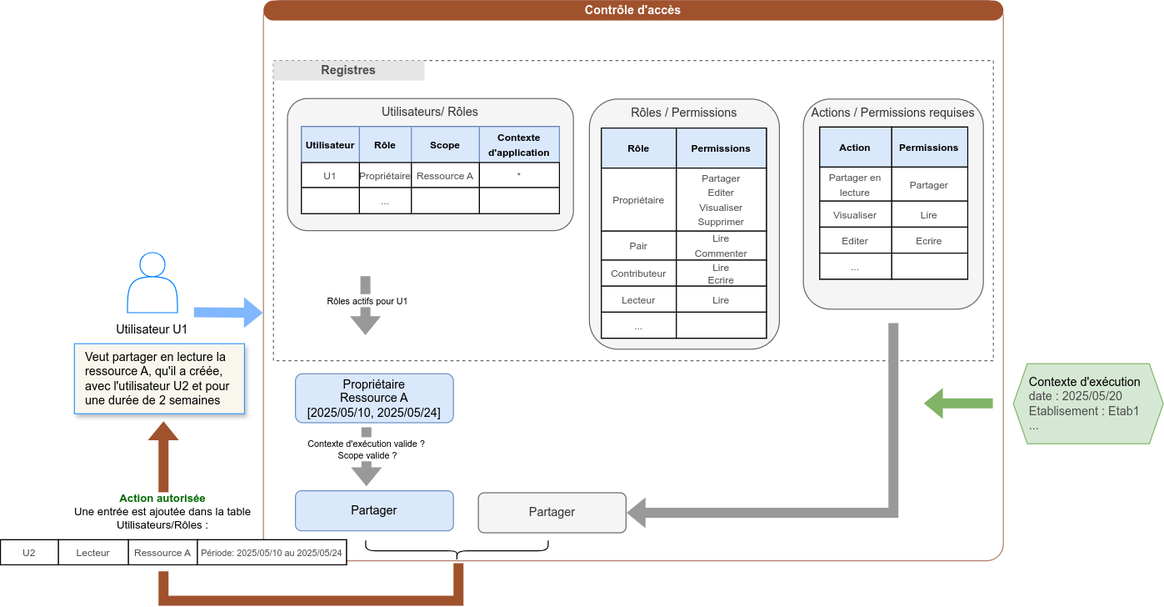
The draw.io diagram assets/images/architecture-security-rbac-ex.png in avenirs-esr/dev-doc, before a commit. Source tidied: cells renumbered, new cells last; positions are measured from the earlier drawing's top-left corner, leaving out a move shared by most shapes.
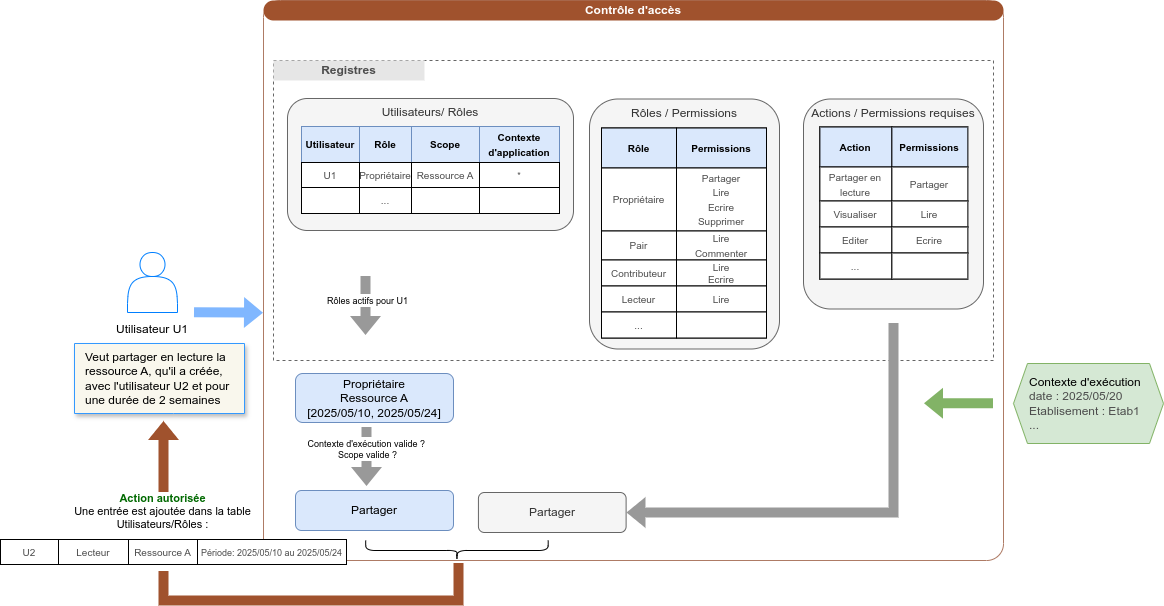
Above is the later version.

Change to the diagram source:
```diff
@@ -159,7 +159,7 @@
     <mxCell id="46" value="&lt;font color=&quot;#4d4d4d&quot; style=&quot;font-size: 10px;&quot;&gt;Propriétaire&lt;/font&gt;" style="align=center;whiteSpace=wrap;html=1;" parent="45" vertex="1">
       <mxGeometry width="75" height="63" as="geometry" />
     </mxCell>
-    <mxCell id="47" value="&lt;font color=&quot;#4d4d4d&quot; style=&quot;font-size: 10px;&quot;&gt;Partager&lt;br&gt;Editer&lt;/font&gt;&lt;div&gt;&lt;font color=&quot;#4d4d4d&quot; style=&quot;font-size: 10px;&quot;&gt;Visualiser&lt;br&gt;Supprimer&lt;/font&gt;&lt;/div&gt;" style="align=center;whiteSpace=wrap;html=1;" parent="45" vertex="1">
+    <mxCell id="47" value="&lt;font color=&quot;#4d4d4d&quot; style=&quot;font-size: 10px;&quot;&gt;Partager&lt;br&gt;Lire&lt;/font&gt;&lt;div&gt;&lt;font color=&quot;#4d4d4d&quot; style=&quot;font-size: 10px;&quot;&gt;Ecrire&lt;br&gt;Supprimer&lt;/font&gt;&lt;/div&gt;" style="align=center;whiteSpace=wrap;html=1;" parent="45" vertex="1">
       <mxGeometry x="75" width="90" height="63" as="geometry" />
     </mxCell>
     <mxCell id="48" style="shape=tableRow;horizontal=0;startSize=0;swimlaneHead=0;swimlaneBody=0;top=0;left=0;bottom=0;right=0;fontStyle=0;fillColor=none;strokeColor=inherit;" parent="41" vertex="1">
```
